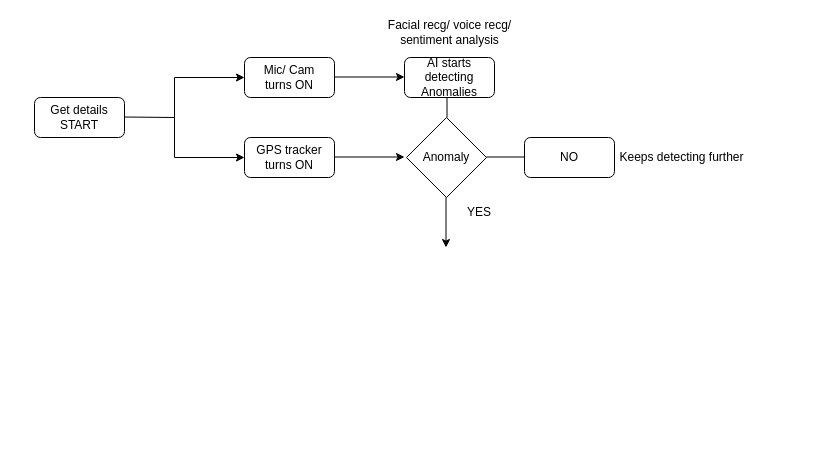
Before: aran-prototype.drawio in ranga-godhandaraman/SQL-ICC-cricket-and-Supplychain, a draw.io diagram. Source tidied: cells renumbered, new cells numbered last; positions are measured from the earlier drawing's top-left corner, leaving out a move shared by most shapes. Both pictures are drawn from the tidied source at 100%, with x=0, y=0 at pixel (34, 17).
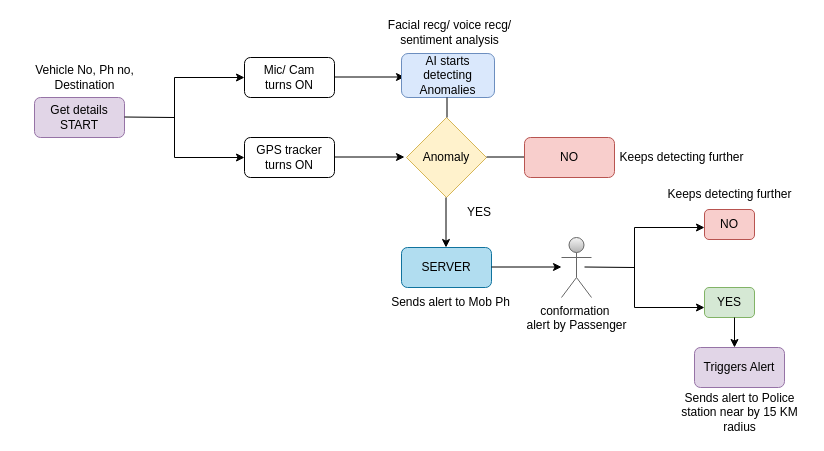
The same page after the edit.

What changed in the source:
```diff
@@
-<mxGraphModel>
+<mxGraphModel background="light-dark(#FFFFFF,#121212)">
@@
-    <mxCell id="2" value="Get details&lt;div&gt;START&lt;/div&gt;" style="rounded=1;whiteSpace=wrap;html=1;" parent="1" vertex="1">
+    <mxCell id="2" value="Get details&lt;div&gt;START&lt;/div&gt;" style="rounded=1;whiteSpace=wrap;html=1;fillColor=#e1d5e7;strokeColor=#9673a6;" parent="1" vertex="1">
       <mxGeometry y="80" width="90" height="40" as="geometry" />
     </mxCell>
@@
-    <mxCell id="8" value="GPS tracker&lt;div&gt;turns ON&lt;/div&gt;" style="rounded=1;whiteSpace=wrap;html=1;" parent="1" vertex="1">
+    <mxCell id="8" value="GPS tracker&lt;div&gt;turns ON&lt;/div&gt;" style="rounded=1;whiteSpace=wrap;html=1;labelBackgroundColor=none;" parent="1" vertex="1">
       <mxGeometry x="210" y="120" width="90" height="40" as="geometry" />
     </mxCell>
@@
-    <mxCell id="10" value="AI starts detecting Anomalies" style="rounded=1;whiteSpace=wrap;html=1;" parent="1" vertex="1">
-      <mxGeometry x="370" y="40" width="90" height="40" as="geometry" />
+    <mxCell id="10" value="AI starts detecting Anomalies" style="rounded=1;whiteSpace=wrap;html=1;fillColor=#dae8fc;strokeColor=#6c8ebf;" parent="1" vertex="1">
+      <mxGeometry x="367" y="36" width="93" height="44" as="geometry" />
     </mxCell>
@@
-    <mxCell id="12" value="Anomaly" style="rhombus;whiteSpace=wrap;html=1;" parent="1" vertex="1">
+    <mxCell id="12" value="Anomaly" style="rhombus;whiteSpace=wrap;html=1;fillColor=#fff2cc;strokeColor=#d6b656;" parent="1" vertex="1">
       <mxGeometry x="372" y="100" width="80" height="80" as="geometry" />
     </mxCell>
@@
-    <mxCell id="18" value="NO" style="rounded=1;whiteSpace=wrap;html=1;" parent="1" vertex="1">
+    <mxCell id="18" value="NO" style="rounded=1;whiteSpace=wrap;html=1;fillColor=#f8cecc;strokeColor=#b85450;" parent="1" vertex="1">
       <mxGeometry x="490" y="120" width="90" height="40" as="geometry" />
     </mxCell>
@@
+    <mxCell id="20" value="Vehicle No, Ph no, Destination" style="text;html=1;align=center;verticalAlign=middle;whiteSpace=wrap;rounded=0;" parent="1" vertex="1">
+      <mxGeometry x="-17" y="45" width="135" height="30" as="geometry" />
+    </mxCell>
+    <mxCell id="21" value="SERVER" style="rounded=1;whiteSpace=wrap;html=1;fillColor=#b1ddf0;strokeColor=#10739e;" parent="1" vertex="1">
+      <mxGeometry x="367" y="230" width="90" height="40" as="geometry" />
+    </mxCell>
+    <mxCell id="22" style="endArrow=classic;html=1;rounded=0;" parent="1" edge="1">
+      <mxGeometry relative="1" as="geometry">
+        <mxPoint x="457" y="249.5" as="sourcePoint" />
+        <mxPoint x="527" y="249.5" as="targetPoint" />
+      </mxGeometry>
+    </mxCell>
+    <mxCell id="23" value="Sends alert to Mob Ph" style="text;html=1;align=center;verticalAlign=middle;whiteSpace=wrap;rounded=0;" parent="1" vertex="1">
+      <mxGeometry x="348.5" y="270" width="135" height="30" as="geometry" />
+    </mxCell>
+    <mxCell id="24" value="conformation&amp;nbsp;&lt;div&gt;alert by Passenger&lt;/div&gt;" style="shape=umlActor;verticalLabelPosition=bottom;verticalAlign=top;html=1;fillColor=#f5f5f5;strokeColor=#666666;gradientColor=#b3b3b3;" parent="1" vertex="1">
+      <mxGeometry x="527" y="220" width="30" height="60" as="geometry" />
+    </mxCell>
+    <mxCell id="25" style="endArrow=none;html=1;rounded=0;" parent="1" edge="1">
+      <mxGeometry relative="1" as="geometry">
+        <mxPoint x="550" y="249.5" as="sourcePoint" />
+        <mxPoint x="600" y="250" as="targetPoint" />
+      </mxGeometry>
+    </mxCell>
+    <mxCell id="26" style="endArrow=none;html=1;rounded=0;" parent="1" edge="1">
+      <mxGeometry relative="1" as="geometry">
+        <mxPoint x="600" y="210" as="sourcePoint" />
+        <mxPoint x="600" y="290" as="targetPoint" />
+      </mxGeometry>
+    </mxCell>
+    <mxCell id="27" style="endArrow=classic;html=1;rounded=0;" parent="1" edge="1">
+      <mxGeometry relative="1" as="geometry">
+        <mxPoint x="600" y="210" as="sourcePoint" />
+        <mxPoint x="670" y="210" as="targetPoint" />
+      </mxGeometry>
+    </mxCell>
+    <mxCell id="28" style="endArrow=classic;html=1;rounded=0;" parent="1" edge="1">
+      <mxGeometry relative="1" as="geometry">
+        <mxPoint x="600" y="290" as="sourcePoint" />
+        <mxPoint x="670" y="290" as="targetPoint" />
+      </mxGeometry>
+    </mxCell>
+    <mxCell id="29" value="NO" style="rounded=1;whiteSpace=wrap;html=1;fillColor=#f8cecc;strokeColor=#b85450;" parent="1" vertex="1">
+      <mxGeometry x="670" y="192" width="50" height="30" as="geometry" />
+    </mxCell>
+    <mxCell id="30" value="Keeps detecting further" style="text;html=1;align=center;verticalAlign=middle;whiteSpace=wrap;rounded=0;" parent="1" vertex="1">
+      <mxGeometry x="627.5" y="162" width="135" height="30" as="geometry" />
+    </mxCell>
+    <mxCell id="31" value="YES" style="rounded=1;whiteSpace=wrap;html=1;fillColor=#d5e8d4;strokeColor=#82b366;" parent="1" vertex="1">
+      <mxGeometry x="670" y="270" width="50" height="30" as="geometry" />
+    </mxCell>
+    <mxCell id="32" style="endArrow=classic;html=1;rounded=0;" parent="1" edge="1">
+      <mxGeometry relative="1" as="geometry">
+        <mxPoint x="700" y="300" as="sourcePoint" />
+        <mxPoint x="700" y="330" as="targetPoint" />
+      </mxGeometry>
+    </mxCell>
+    <mxCell id="33" value="Triggers Alert" style="rounded=1;whiteSpace=wrap;html=1;fillColor=#e1d5e7;strokeColor=#9673a6;" parent="1" vertex="1">
+      <mxGeometry x="660" y="330" width="90" height="40" as="geometry" />
+    </mxCell>
+    <mxCell id="34" value="Sends alert to Police station near by 15 KM radius" style="text;html=1;align=center;verticalAlign=middle;whiteSpace=wrap;rounded=0;" parent="1" vertex="1">
+      <mxGeometry x="637.5" y="380" width="135" height="30" as="geometry" />
+    </mxCell>
```
